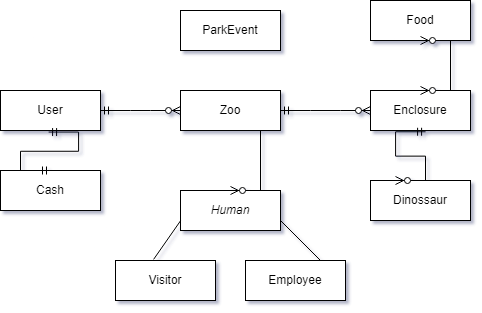
The draw.io diagram database/drawio/dino-zoo-tycoon.drawio.png in tuchanski/dino-zoo-tycoon, before a commit. Source tidied: cells renumbered, new cells last; positions are measured from the earlier drawing's top-left corner, leaving out a move shared by most shapes.
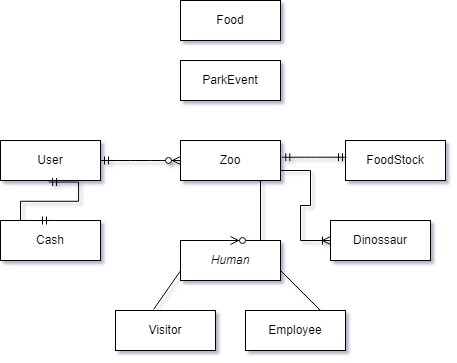
After the commit.

Commit message:
:arrow_up: update: Database Diagram & Script.sql

Change to the diagram source:
```diff
@@ -3,7 +3,7 @@
     <mxCell id="0" />
     <mxCell id="1" parent="0" />
     <mxCell id="2" value="Dinossaur" style="whiteSpace=wrap;html=1;align=center;" parent="1" vertex="1">
-      <mxGeometry x="370" y="180" width="100" height="40" as="geometry" />
+      <mxGeometry x="330" y="170" width="100" height="40" as="geometry" />
     </mxCell>
     <mxCell id="3" value="User" style="whiteSpace=wrap;html=1;align=center;" parent="1" vertex="1">
       <mxGeometry y="90" width="100" height="40" as="geometry" />
@@ -14,11 +14,8 @@
     <mxCell id="5" style="edgeStyle=entityRelationEdgeStyle;fontSize=12;html=1;endArrow=ERzeroToMany;startArrow=ERmandOne;rounded=0;entryX=0;entryY=0.5;entryDx=0;entryDy=0;exitX=1;exitY=0.5;exitDx=0;exitDy=0;" parent="1" edge="1" source="3" target="4">
       <mxGeometry relative="1" as="geometry" />
     </mxCell>
-    <mxCell id="6" value="Enclosure" style="whiteSpace=wrap;html=1;align=center;" parent="1" vertex="1">
-      <mxGeometry x="370" y="90" width="100" height="40" as="geometry" />
-    </mxCell>
     <mxCell id="7" value="Food" style="whiteSpace=wrap;html=1;align=center;" parent="1" vertex="1">
-      <mxGeometry x="370" width="100" height="40" as="geometry" />
+      <mxGeometry x="180" y="-50" width="100" height="40" as="geometry" />
     </mxCell>
     <mxCell id="8" value="&lt;i&gt;Human&lt;/i&gt;" style="whiteSpace=wrap;html=1;align=center;" parent="1" vertex="1">
       <mxGeometry x="180" y="190" width="100" height="40" as="geometry" />
@@ -42,15 +39,6 @@
         <mxPoint x="280" y="220" as="sourcePoint" />
       </mxGeometry>
     </mxCell>
-    <mxCell id="14" style="edgeStyle=entityRelationEdgeStyle;fontSize=12;html=1;endArrow=ERzeroToMany;startArrow=ERmandOne;rounded=0;exitX=1;exitY=0.5;exitDx=0;exitDy=0;entryX=0;entryY=0.5;entryDx=0;entryDy=0;" parent="1" edge="1" source="4" target="6">
-      <mxGeometry relative="1" as="geometry" />
-    </mxCell>
-    <mxCell id="15" style="edgeStyle=entityRelationEdgeStyle;fontSize=12;html=1;endArrow=ERzeroToMany;startArrow=ERmandOne;rounded=0;exitX=0.551;exitY=1.032;exitDx=0;exitDy=0;exitPerimeter=0;entryX=0.25;entryY=0;entryDx=0;entryDy=0;" parent="1" edge="1" source="6" target="2">
-      <mxGeometry relative="1" as="geometry" />
-    </mxCell>
-    <mxCell id="16" style="edgeStyle=entityRelationEdgeStyle;fontSize=12;html=1;endArrow=ERzeroToMany;endFill=1;startArrow=ERzeroToMany;rounded=0;exitX=0.5;exitY=0;exitDx=0;exitDy=0;entryX=0.5;entryY=1;entryDx=0;entryDy=0;" parent="1" edge="1" source="6" target="7">
-      <mxGeometry relative="1" as="geometry" />
-    </mxCell>
     <mxCell id="17" style="edgeStyle=entityRelationEdgeStyle;fontSize=12;html=1;endArrow=ERzeroToMany;endFill=1;rounded=0;exitX=0.5;exitY=1;exitDx=0;exitDy=0;entryX=0.5;entryY=0;entryDx=0;entryDy=0;" parent="1" edge="1" source="4" target="8">
       <mxGeometry relative="1" as="geometry" />
     </mxCell>
@@ -60,5 +48,14 @@
     <mxCell id="19" style="edgeStyle=entityRelationEdgeStyle;fontSize=12;html=1;endArrow=ERmandOne;startArrow=ERmandOne;rounded=0;exitX=0.5;exitY=0;exitDx=0;exitDy=0;entryX=0.481;entryY=1.039;entryDx=0;entryDy=0;entryPerimeter=0;" parent="1" edge="1" source="18" target="3">
       <mxGeometry relative="1" as="geometry" />
     </mxCell>
+    <mxCell id="20" value="FoodStock" style="whiteSpace=wrap;html=1;align=center;" parent="1" vertex="1">
+      <mxGeometry x="345" y="90" width="100" height="40" as="geometry" />
+    </mxCell>
+    <mxCell id="21" style="edgeStyle=entityRelationEdgeStyle;fontSize=12;html=1;endArrow=ERmandOne;startArrow=ERmandOne;rounded=0;exitX=1.013;exitY=0.418;exitDx=0;exitDy=0;exitPerimeter=0;entryX=0.01;entryY=0.418;entryDx=0;entryDy=0;entryPerimeter=0;" parent="1" edge="1" source="4" target="20">
+      <mxGeometry relative="1" as="geometry" />
+    </mxCell>
+    <mxCell id="22" style="edgeStyle=entityRelationEdgeStyle;fontSize=12;html=1;endArrow=ERoneToMany;rounded=0;exitX=1;exitY=0.75;exitDx=0;exitDy=0;entryX=0;entryY=0.5;entryDx=0;entryDy=0;" parent="1" edge="1" source="4" target="2">
+      <mxGeometry relative="1" as="geometry" />
+    </mxCell>
   </root>
 </mxGraphModel>
```
